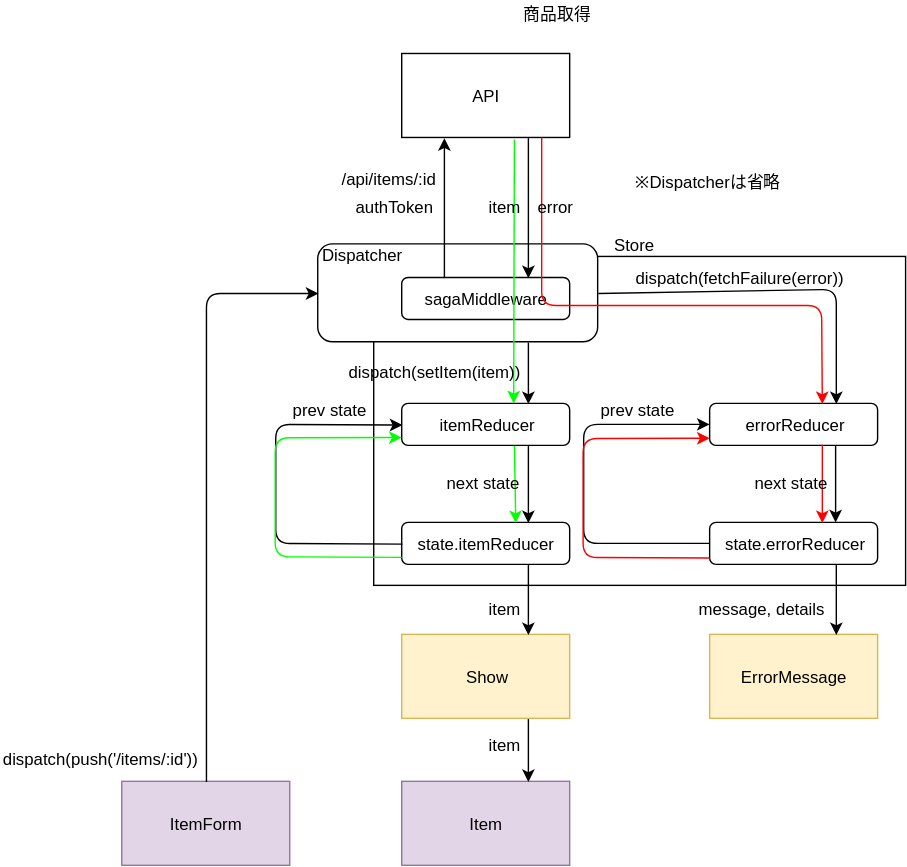
Before: diagram/dataFlow/show.svg, a diagram exported from draw.io (emgniddikur/react-app). Source tidied: cells renumbered, new cells last; positions are measured from the earlier drawing's top-left corner, leaving out a move shared by most shapes.
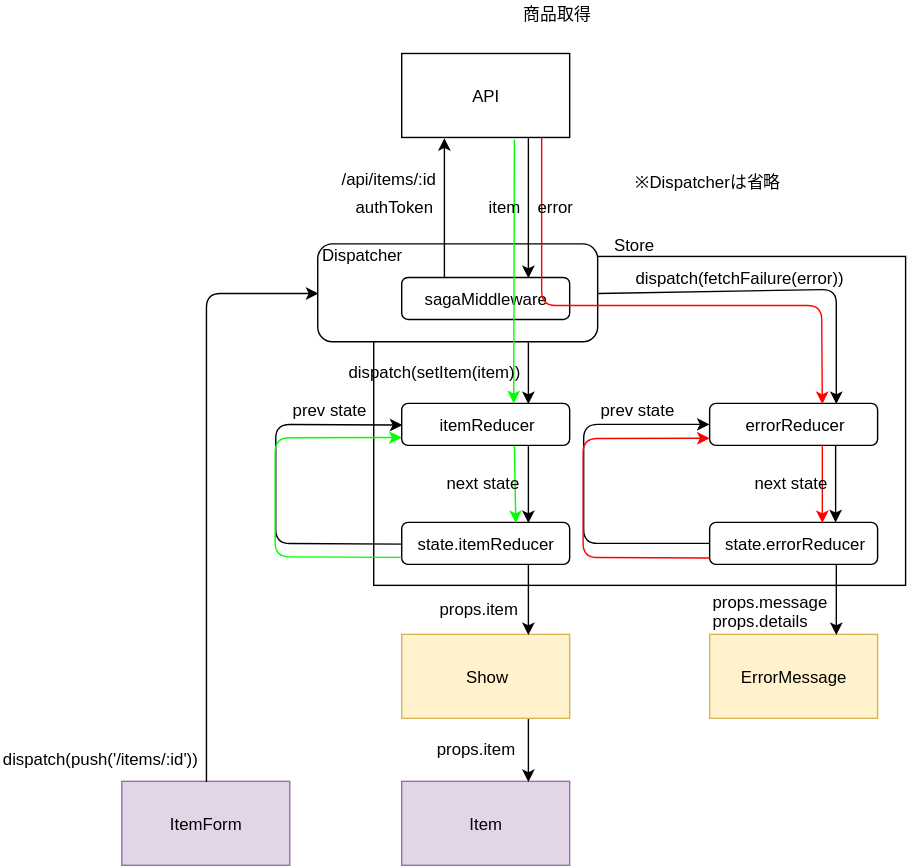
The same file after the commit.

Diff of the diagram source:
```diff
@@ -101,8 +101,8 @@
     <mxCell id="27" style="endArrow=classic;html=1;entryX=0.75;entryY=0;entryDx=0;entryDy=0;exitX=0.75;exitY=1;exitDx=0;exitDy=0;" parent="1" edge="1" source="14" target="23">
       <mxGeometry relative="1" as="geometry" />
     </mxCell>
-    <mxCell id="28" value="item" style="text;html=1;align=left;verticalAlign=top;spacingTop=-4;" parent="1" vertex="1">
-      <mxGeometry x="346.5" y="425" width="40" height="20" as="geometry" />
+    <mxCell id="28" value="props.item" style="text;html=1;align=left;verticalAlign=top;spacingTop=-4;" parent="1" vertex="1">
+      <mxGeometry x="311.5" y="425" width="70" height="20" as="geometry" />
     </mxCell>
     <mxCell id="29" style="endArrow=classic;html=1;entryX=0.75;entryY=0;entryDx=0;entryDy=0;exitX=0.75;exitY=1;exitDx=0;exitDy=0;" parent="1" edge="1" source="23" target="24">
       <mxGeometry relative="1" as="geometry" />
@@ -110,11 +110,8 @@
     <mxCell id="30" style="endArrow=classic;html=1;entryX=0.75;entryY=0;entryDx=0;entryDy=0;exitX=0.75;exitY=1;exitDx=0;exitDy=0;" parent="1" edge="1" source="17" target="26">
       <mxGeometry relative="1" as="geometry" />
     </mxCell>
-    <mxCell id="31" value="message, details&lt;br&gt;" style="text;html=1;align=left;verticalAlign=top;spacingTop=-4;" parent="1" vertex="1">
-      <mxGeometry x="496.5" y="425" width="110" height="20" as="geometry" />
-    </mxCell>
-    <mxCell id="32" value="item" style="text;html=1;align=left;verticalAlign=top;spacingTop=-4;" parent="1" vertex="1">
-      <mxGeometry x="346.5" y="521.5" width="40" height="20" as="geometry" />
+    <mxCell id="32" value="props.item" style="text;html=1;align=left;verticalAlign=top;spacingTop=-4;" parent="1" vertex="1">
+      <mxGeometry x="310" y="525" width="70" height="20" as="geometry" />
     </mxCell>
     <mxCell id="33" style="endArrow=classic;html=1;exitX=0.5;exitY=0;exitDx=0;exitDy=0;entryX=0;entryY=0.5;entryDx=0;entryDy=0;" parent="1" edge="1" source="25" target="3">
       <mxGeometry relative="1" as="geometry">
@@ -192,5 +189,8 @@
     <mxCell id="48" value="Store" style="text;html=1;strokeColor=none;fillColor=none;align=center;verticalAlign=middle;whiteSpace=wrap;rounded=0;" parent="1" vertex="1">
       <mxGeometry x="431.5" y="163.5" width="40" height="20" as="geometry" />
     </mxCell>
+    <mxCell id="49" value="props.message&lt;br&gt;props.details&lt;br&gt;" style="text;html=1;align=left;verticalAlign=top;spacingTop=-4;" parent="1" vertex="1">
+      <mxGeometry x="506.5" y="420" width="100" height="30" as="geometry" />
+    </mxCell>
   </root>
 </mxGraphModel>
```
